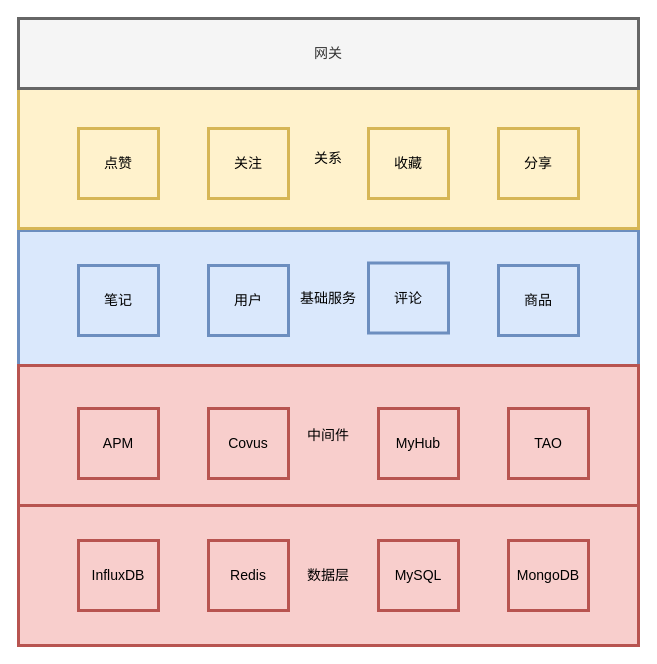
The draw.io diagram comment.drawio in seaHeater/future, before the edit. Source tidied: cells renumbered, new cells numbered last; positions are measured from the earlier drawing's top-left corner, leaving out a move shared by most shapes. Both pictures are drawn from the tidied source at 100%, with x=0, y=0 at pixel (18, 18).
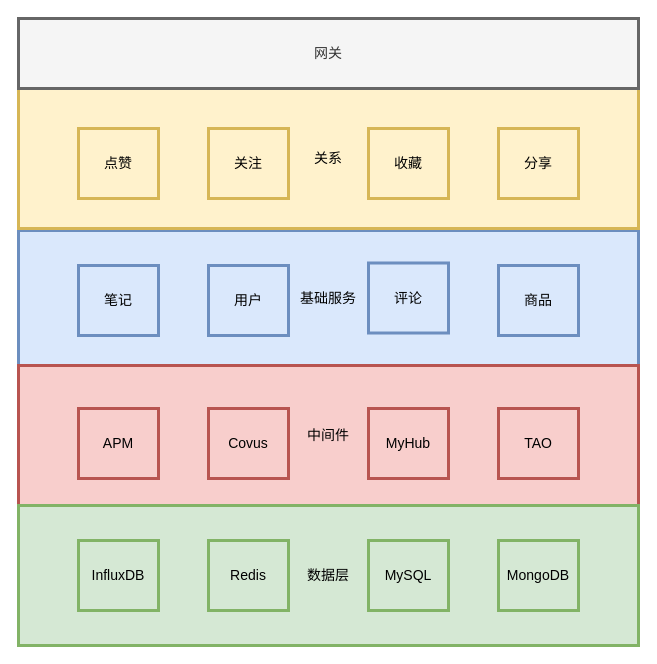
The same page after the edit.

Diff of the diagram source:
```diff
@@
     <mxCell id="15" value="MyHub" style="rounded=0;whiteSpace=wrap;html=1;shadow=0;labelBackgroundColor=none;strokeColor=#b85450;strokeWidth=3;fillColor=#f8cecc;fontFamily=Helvetica;fontSize=14;align=center;spacing=5;fontStyle=0;arcSize=7;perimeterSpacing=2;" parent="1" vertex="1">
-      <mxGeometry x="360" y="390" width="80" height="70" as="geometry" />
+      <mxGeometry x="350" y="390" width="80" height="70" as="geometry" />
     </mxCell>
@@
     <mxCell id="17" value="TAO" style="rounded=0;whiteSpace=wrap;html=1;shadow=0;labelBackgroundColor=none;strokeColor=#b85450;strokeWidth=3;fillColor=#f8cecc;fontFamily=Helvetica;fontSize=14;align=center;spacing=5;fontStyle=0;arcSize=7;perimeterSpacing=2;" parent="1" vertex="1">
-      <mxGeometry x="490" y="390" width="80" height="70" as="geometry" />
+      <mxGeometry x="480" y="390" width="80" height="70" as="geometry" />
     </mxCell>
-    <mxCell id="18" value="数据层" style="rounded=0;whiteSpace=wrap;html=1;shadow=0;labelBackgroundColor=none;strokeColor=#b85450;strokeWidth=3;fillColor=#f8cecc;fontFamily=Helvetica;fontSize=14;align=center;spacing=5;fontStyle=0;arcSize=7;perimeterSpacing=2;" parent="1" vertex="1">
+    <mxCell id="18" value="数据层" style="rounded=0;whiteSpace=wrap;html=1;shadow=0;labelBackgroundColor=none;strokeColor=#82b366;strokeWidth=3;fillColor=#d5e8d4;fontFamily=Helvetica;fontSize=14;align=center;spacing=5;fontStyle=0;arcSize=7;perimeterSpacing=2;" parent="1" vertex="1">
       <mxGeometry y="487" width="620" height="140" as="geometry" />
     </mxCell>
-    <mxCell id="19" value="MySQL" style="rounded=0;whiteSpace=wrap;html=1;shadow=0;labelBackgroundColor=none;strokeColor=#b85450;strokeWidth=3;fillColor=#f8cecc;fontFamily=Helvetica;fontSize=14;align=center;spacing=5;fontStyle=0;arcSize=7;perimeterSpacing=2;" parent="1" vertex="1">
-      <mxGeometry x="360" y="522" width="80" height="70" as="geometry" />
+    <mxCell id="19" value="MySQL" style="rounded=0;whiteSpace=wrap;html=1;shadow=0;labelBackgroundColor=none;strokeColor=#82b366;strokeWidth=3;fillColor=#d5e8d4;fontFamily=Helvetica;fontSize=14;align=center;spacing=5;fontStyle=0;arcSize=7;perimeterSpacing=2;" parent="1" vertex="1">
+      <mxGeometry x="350" y="522" width="80" height="70" as="geometry" />
     </mxCell>
-    <mxCell id="20" value="MongoDB" style="rounded=0;whiteSpace=wrap;html=1;shadow=0;labelBackgroundColor=none;strokeColor=#b85450;strokeWidth=3;fillColor=#f8cecc;fontFamily=Helvetica;fontSize=14;align=center;spacing=5;fontStyle=0;arcSize=7;perimeterSpacing=2;" parent="1" vertex="1">
-      <mxGeometry x="490" y="522" width="80" height="70" as="geometry" />
+    <mxCell id="20" value="MongoDB" style="rounded=0;whiteSpace=wrap;html=1;shadow=0;labelBackgroundColor=none;strokeColor=#82b366;strokeWidth=3;fillColor=#d5e8d4;fontFamily=Helvetica;fontSize=14;align=center;spacing=5;fontStyle=0;arcSize=7;perimeterSpacing=2;" parent="1" vertex="1">
+      <mxGeometry x="480" y="522" width="80" height="70" as="geometry" />
     </mxCell>
-    <mxCell id="21" value="Redis" style="rounded=0;whiteSpace=wrap;html=1;shadow=0;labelBackgroundColor=none;strokeColor=#b85450;strokeWidth=3;fillColor=#f8cecc;fontFamily=Helvetica;fontSize=14;align=center;spacing=5;fontStyle=0;arcSize=7;perimeterSpacing=2;" parent="1" vertex="1">
+    <mxCell id="21" value="Redis" style="rounded=0;whiteSpace=wrap;html=1;shadow=0;labelBackgroundColor=none;strokeColor=#82b366;strokeWidth=3;fillColor=#d5e8d4;fontFamily=Helvetica;fontSize=14;align=center;spacing=5;fontStyle=0;arcSize=7;perimeterSpacing=2;" parent="1" vertex="1">
       <mxGeometry x="190" y="522" width="80" height="70" as="geometry" />
     </mxCell>
-    <mxCell id="22" value="InfluxDB" style="rounded=0;whiteSpace=wrap;html=1;shadow=0;labelBackgroundColor=none;strokeColor=#b85450;strokeWidth=3;fillColor=#f8cecc;fontFamily=Helvetica;fontSize=14;align=center;spacing=5;fontStyle=0;arcSize=7;perimeterSpacing=2;" parent="1" vertex="1">
+    <mxCell id="22" value="InfluxDB" style="rounded=0;whiteSpace=wrap;html=1;shadow=0;labelBackgroundColor=none;strokeColor=#82b366;strokeWidth=3;fillColor=#d5e8d4;fontFamily=Helvetica;fontSize=14;align=center;spacing=5;fontStyle=0;arcSize=7;perimeterSpacing=2;" parent="1" vertex="1">
       <mxGeometry x="60" y="522" width="80" height="70" as="geometry" />
     </mxCell>
```
